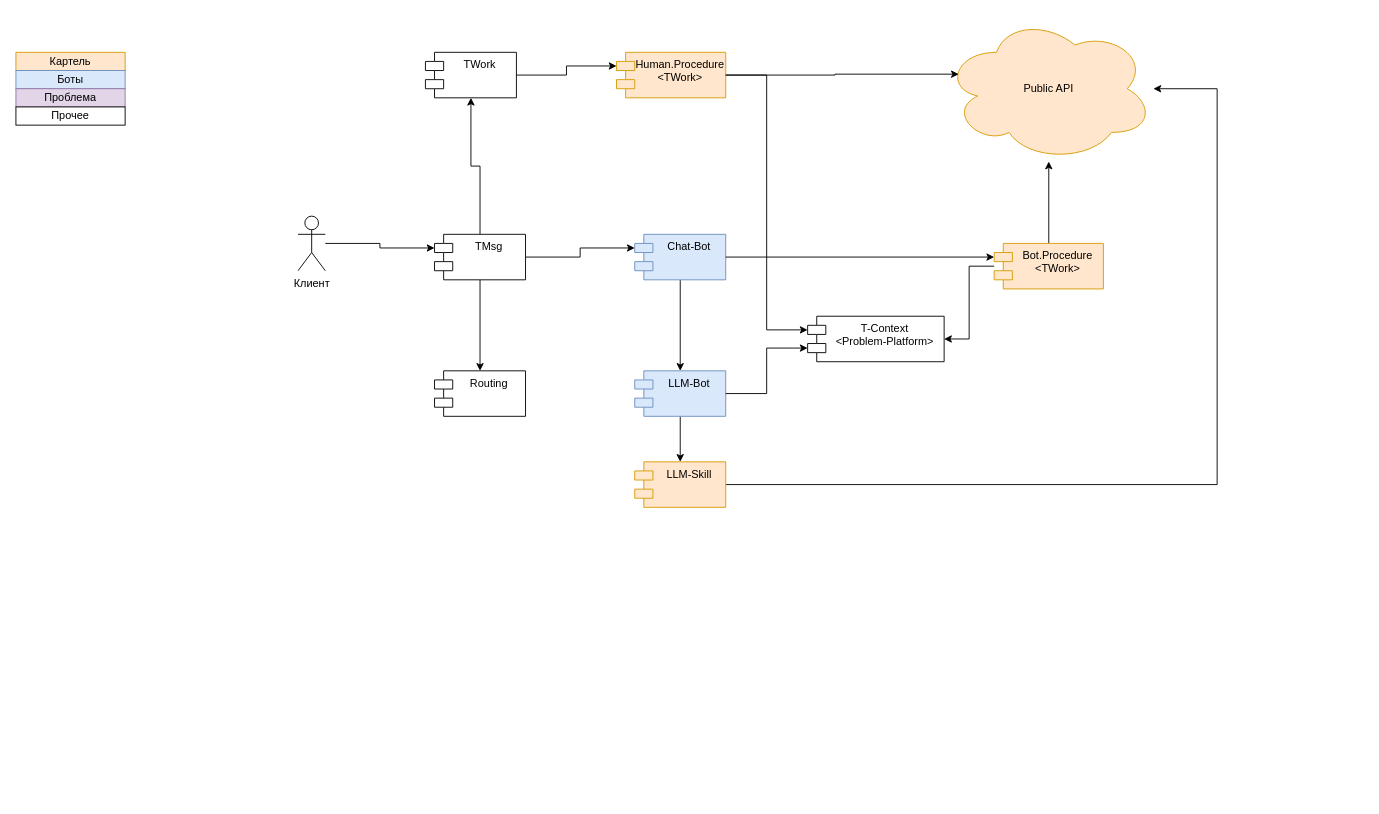
The draw.io diagram page "Page-2" (2 of 2) of arch-parf.drawio in alexAkselrod/uml, before the edit. Source tidied: cells renumbered, new cells numbered last; positions are measured from the earlier drawing's top-left corner, leaving out a move shared by most shapes. Both pictures are drawn from the tidied source at 91%, with x=0, y=0 at pixel (15, 15).
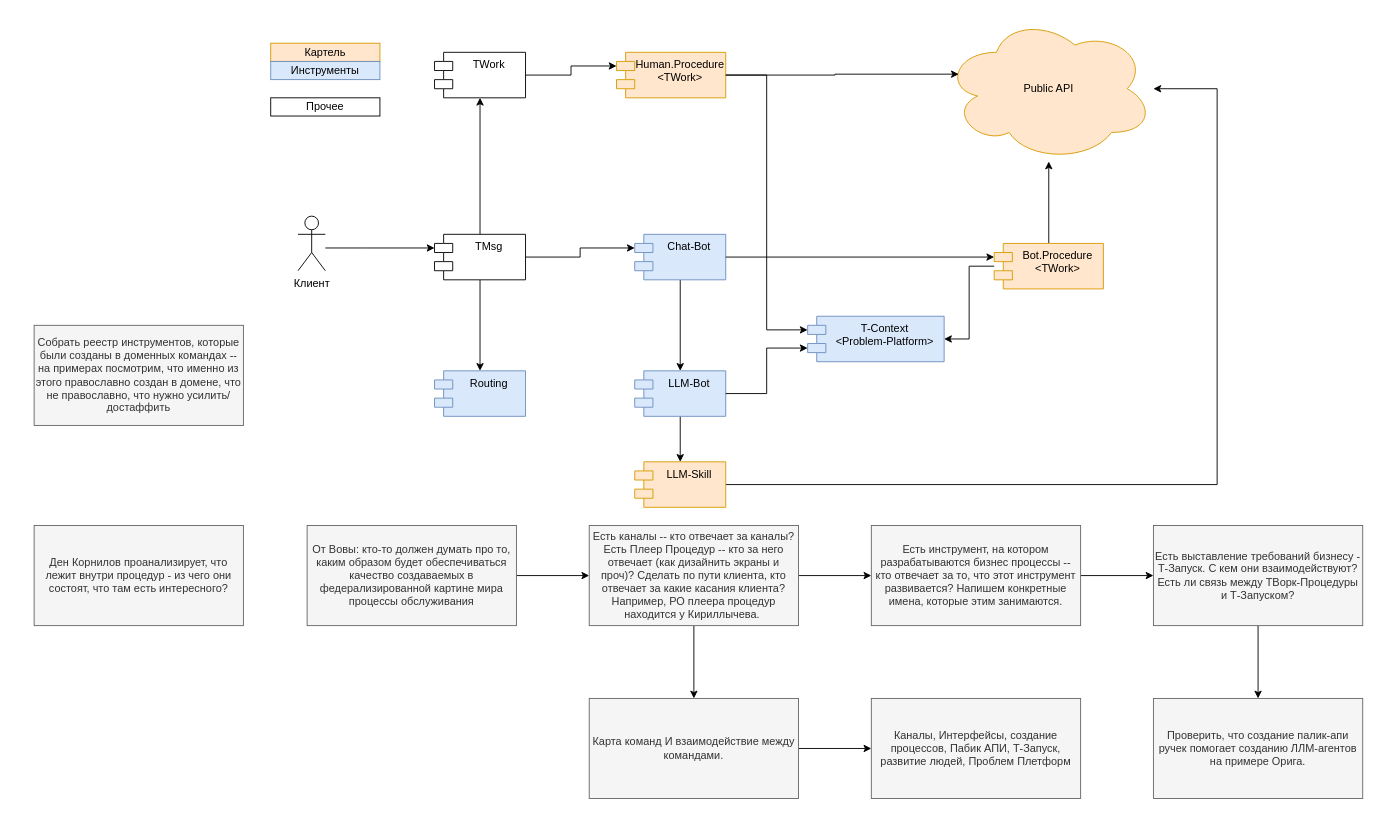
The same page after the edit.

The change refers to these unchanged cells:
```xml
<mxCell id="2" value="Клиент" style="shape=umlActor;verticalLabelPosition=bottom;verticalAlign=top;html=1;outlineConnect=0;" parent="1" vertex="1">
  <mxGeometry x="310" y="220" width="30" height="60" as="geometry" />
</mxCell>
<mxCell id="5" value="TMsg" style="shape=module;align=left;spacingLeft=20;align=center;verticalAlign=top;whiteSpace=wrap;html=1;" parent="1" vertex="1">
  <mxGeometry x="460" y="240" width="100" height="50" as="geometry" />
</mxCell>
```

What changed in the source:
```diff
@@
     <mxCell id="6" style="edgeStyle=orthogonalEdgeStyle;rounded=0;jettySize=auto;html=1;entryX=0;entryY=0;entryDx=0;entryDy=15;entryPerimeter=0;" parent="1" edge="1" source="2" target="5">
-      <mxGeometry relative="1" as="geometry" />
+      <mxGeometry relative="1" as="geometry">
+        <Array as="points">
+          <mxPoint x="380" y="255" />
+          <mxPoint x="380" y="255" />
+        </Array>
+      </mxGeometry>
     </mxCell>
@@
-    <mxCell id="10" value="Routing" style="shape=module;align=left;spacingLeft=20;align=center;verticalAlign=top;whiteSpace=wrap;html=1;" parent="1" vertex="1">
+    <mxCell id="10" value="Routing" style="shape=module;align=left;spacingLeft=20;align=center;verticalAlign=top;whiteSpace=wrap;html=1;fillColor=#dae8fc;strokeColor=#6c8ebf;" parent="1" vertex="1">
       <mxGeometry x="460" y="390" width="100" height="50" as="geometry" />
     </mxCell>
     <mxCell id="11" value="TWork" style="shape=module;align=left;spacingLeft=20;align=center;verticalAlign=top;whiteSpace=wrap;html=1;" parent="1" vertex="1">
-      <mxGeometry x="450" y="40" width="100" height="50" as="geometry" />
+      <mxGeometry x="460" y="40" width="100" height="50" as="geometry" />
     </mxCell>
@@
-    <mxCell id="23" value="T-Context&lt;br&gt;&amp;lt;Problem-Platform&amp;gt;" style="shape=module;align=left;spacingLeft=20;align=center;verticalAlign=top;whiteSpace=wrap;html=1;" parent="1" vertex="1">
+    <mxCell id="23" value="T-Context&lt;br&gt;&amp;lt;Problem-Platform&amp;gt;" style="shape=module;align=left;spacingLeft=20;align=center;verticalAlign=top;whiteSpace=wrap;html=1;fillColor=#dae8fc;strokeColor=#6c8ebf;" parent="1" vertex="1">
       <mxGeometry x="870" y="330" width="150" height="50" as="geometry" />
     </mxCell>
@@
     <mxCell id="27" style="group;" parent="1" vertex="1">
-      <mxGeometry y="40" width="120" height="80" as="geometry" />
+      <mxGeometry x="280" y="30" width="120" height="80" as="geometry" />
     </mxCell>
@@
-    <mxCell id="29" value="Боты" style="rounded=0;whiteSpace=wrap;html=1;fillColor=#dae8fc;strokeColor=#6c8ebf;" parent="27" vertex="1">
+    <mxCell id="29" value="Инструменты" style="rounded=0;whiteSpace=wrap;html=1;fillColor=#dae8fc;strokeColor=#6c8ebf;" parent="27" vertex="1">
       <mxGeometry y="20" width="120" height="20" as="geometry" />
     </mxCell>
-    <mxCell id="30" value="Проблема" style="rounded=0;whiteSpace=wrap;html=1;fillColor=#e1d5e7;strokeColor=#9673a6;" parent="27" vertex="1">
-      <mxGeometry y="40" width="120" height="20" as="geometry" />
-    </mxCell>
@@
+    <mxCell id="32" style="edgeStyle=orthogonalEdgeStyle;rounded=0;jettySize=auto;html=1;" parent="1" edge="1" source="33" target="36">
+      <mxGeometry relative="1" as="geometry" />
+    </mxCell>
+    <mxCell id="33" value="От Вовы: кто-то должен думать про то, каким образом будет обеспечиваться качество создаваемых в федерализированной картине мира процессы обслуживания" style="rounded=0;whiteSpace=wrap;html=1;fillColor=#f5f5f5;strokeColor=#666666;fontColor=#333333;" parent="1" vertex="1">
+      <mxGeometry x="320" y="560" width="230" height="110" as="geometry" />
+    </mxCell>
+    <mxCell id="34" style="edgeStyle=orthogonalEdgeStyle;rounded=0;jettySize=auto;html=1;" parent="1" edge="1" source="36" target="38">
+      <mxGeometry relative="1" as="geometry" />
+    </mxCell>
+    <mxCell id="35" style="edgeStyle=orthogonalEdgeStyle;rounded=0;jettySize=auto;html=1;" parent="1" edge="1" source="36" target="43">
+      <mxGeometry relative="1" as="geometry" />
+    </mxCell>
+    <mxCell id="36" value="Есть каналы -- кто отвечает за каналы? Есть Плеер Процедур -- кто за него отвечает (как дизайнить экраны и проч)? Сделать по пути клиента, кто отвечает за какие касания клиента? Например, РО плеера процедур находится у Кириллычева.&amp;nbsp;" style="rounded=0;whiteSpace=wrap;html=1;fillColor=#f5f5f5;strokeColor=#666666;fontColor=#333333;" parent="1" vertex="1">
+      <mxGeometry x="630" y="560" width="230" height="110" as="geometry" />
+    </mxCell>
+    <mxCell id="37" style="edgeStyle=orthogonalEdgeStyle;rounded=0;jettySize=auto;html=1;" parent="1" edge="1" source="38" target="40">
+      <mxGeometry relative="1" as="geometry" />
+    </mxCell>
+    <mxCell id="38" value="Есть инструмент, на котором разрабатываются бизнес процессы -- кто отвечает за то, что этот инструмент развивается? Напишем конкретные имена, которые этим занимаются." style="rounded=0;whiteSpace=wrap;html=1;fillColor=#f5f5f5;strokeColor=#666666;fontColor=#333333;" parent="1" vertex="1">
+      <mxGeometry x="940" y="560" width="230" height="110" as="geometry" />
+    </mxCell>
+    <mxCell id="39" style="edgeStyle=orthogonalEdgeStyle;rounded=0;jettySize=auto;html=1;" parent="1" edge="1" source="40" target="41">
+      <mxGeometry relative="1" as="geometry" />
+    </mxCell>
+    <mxCell id="40" value="Есть выставление требований бизнесу - Т-Запуск. С кем они взаимодействуют? Есть ли связь между ТВорк-Процедуры и Т-Запуском?" style="rounded=0;whiteSpace=wrap;html=1;fillColor=#f5f5f5;strokeColor=#666666;fontColor=#333333;" parent="1" vertex="1">
+      <mxGeometry x="1250" y="560" width="230" height="110" as="geometry" />
+    </mxCell>
+    <mxCell id="41" value="Проверить, что создание палик-апи ручек помогает созданию ЛЛМ-агентов на примере Орига." style="rounded=0;whiteSpace=wrap;html=1;fillColor=#f5f5f5;strokeColor=#666666;fontColor=#333333;" parent="1" vertex="1">
+      <mxGeometry x="1250" y="750" width="230" height="110" as="geometry" />
+    </mxCell>
+    <mxCell id="42" style="edgeStyle=orthogonalEdgeStyle;rounded=0;jettySize=auto;html=1;" parent="1" edge="1" source="43" target="44">
+      <mxGeometry relative="1" as="geometry" />
+    </mxCell>
+    <mxCell id="43" value="Карта команд И взаимодействие между командами." style="rounded=0;whiteSpace=wrap;html=1;fillColor=#f5f5f5;strokeColor=#666666;fontColor=#333333;" parent="1" vertex="1">
+      <mxGeometry x="630" y="750" width="230" height="110" as="geometry" />
+    </mxCell>
+    <mxCell id="44" value="Каналы, Интерфейсы, создание процессов, Пабик АПИ, Т-Запуск, развитие людей, Проблем Плетформ" style="rounded=0;whiteSpace=wrap;html=1;fillColor=#f5f5f5;strokeColor=#666666;fontColor=#333333;" parent="1" vertex="1">
+      <mxGeometry x="940" y="750" width="230" height="110" as="geometry" />
+    </mxCell>
+    <mxCell id="45" value="Собрать реестр инструментов, которые были созданы в доменных командах -- на примерах посмотрим, что именно из этого православно создан в домене, что не православно, что нужно усилить/достаффить" style="rounded=0;whiteSpace=wrap;html=1;fillColor=#f5f5f5;strokeColor=#666666;fontColor=#333333;" parent="1" vertex="1">
+      <mxGeometry x="20" y="340" width="230" height="110" as="geometry" />
+    </mxCell>
+    <mxCell id="46" value="Ден Корнилов проанализирует, что лежит внутри процедур - из чего они состоят, что там есть интересного?" style="rounded=0;whiteSpace=wrap;html=1;fillColor=#f5f5f5;strokeColor=#666666;fontColor=#333333;" parent="1" vertex="1">
+      <mxGeometry x="20" y="560" width="230" height="110" as="geometry" />
+    </mxCell>
```
